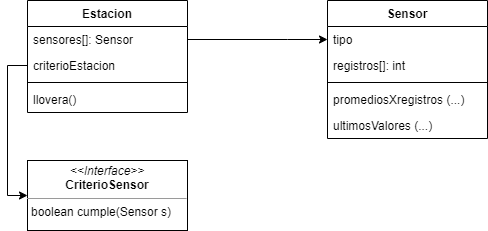
Above: Practico 8/src/ejercicio13/Diagrama ej13p8.png in fdcrespi/programacion2 (draw.io), before the change. Source tidied: cells renumbered, new cells last; positions are measured from the earlier drawing's top-left corner, leaving out a move shared by most shapes.
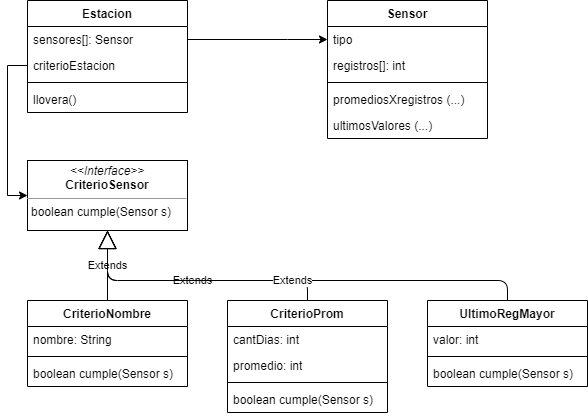
The same diagram one commit later.

What changed in the source:
```diff
@@ -49,5 +49,63 @@
     <mxCell id="15" style="edgeStyle=orthogonalEdgeStyle;rounded=0;jettySize=auto;html=1;entryX=0;entryY=0.5;entryDx=0;entryDy=0;" parent="1" edge="1" source="4" target="14">
       <mxGeometry relative="1" as="geometry" />
     </mxCell>
+    <mxCell id="16" value="CriterioNombre" style="swimlane;fontStyle=1;align=center;verticalAlign=top;horizontal=1;startSize=26;" parent="1" vertex="1">
+      <mxGeometry y="300" width="160" height="86" as="geometry" />
+    </mxCell>
+    <mxCell id="17" value="nombre: String" style="text;strokeColor=none;fillColor=none;align=left;verticalAlign=top;spacingLeft=4;spacingRight=4;overflow=hidden;" parent="16" vertex="1">
+      <mxGeometry y="26" width="160" height="26" as="geometry" />
+    </mxCell>
+    <mxCell id="18" style="line;strokeWidth=1;fillColor=none;align=left;verticalAlign=middle;spacingTop=-1;spacingLeft=3;spacingRight=3;labelPosition=right;" parent="16" vertex="1">
+      <mxGeometry y="52" width="160" height="8" as="geometry" />
+    </mxCell>
+    <mxCell id="19" value="boolean cumple(Sensor s)" style="text;strokeColor=none;fillColor=none;align=left;verticalAlign=top;spacingLeft=4;spacingRight=4;overflow=hidden;" parent="16" vertex="1">
+      <mxGeometry y="60" width="160" height="26" as="geometry" />
+    </mxCell>
+    <mxCell id="20" value="CriterioProm" style="swimlane;fontStyle=1;align=center;verticalAlign=top;horizontal=1;startSize=26;" parent="1" vertex="1">
+      <mxGeometry x="200" y="300" width="160" height="112" as="geometry" />
+    </mxCell>
+    <mxCell id="21" value="cantDias: int" style="text;strokeColor=none;fillColor=none;align=left;verticalAlign=top;spacingLeft=4;spacingRight=4;overflow=hidden;" parent="20" vertex="1">
+      <mxGeometry y="26" width="160" height="26" as="geometry" />
+    </mxCell>
+    <mxCell id="22" value="promedio: int" style="text;strokeColor=none;fillColor=none;align=left;verticalAlign=top;spacingLeft=4;spacingRight=4;overflow=hidden;" parent="20" vertex="1">
+      <mxGeometry y="52" width="160" height="26" as="geometry" />
+    </mxCell>
+    <mxCell id="23" style="line;strokeWidth=1;fillColor=none;align=left;verticalAlign=middle;spacingTop=-1;spacingLeft=3;spacingRight=3;labelPosition=right;" parent="20" vertex="1">
+      <mxGeometry y="78" width="160" height="8" as="geometry" />
+    </mxCell>
+    <mxCell id="24" value="boolean cumple(Sensor s)" style="text;strokeColor=none;fillColor=none;align=left;verticalAlign=top;spacingLeft=4;spacingRight=4;overflow=hidden;" parent="20" vertex="1">
+      <mxGeometry y="86" width="160" height="26" as="geometry" />
+    </mxCell>
+    <mxCell id="25" value="Extends" style="endArrow=block;endSize=16;endFill=0;html=1;" parent="1" edge="1" source="16" target="14">
+      <mxGeometry relative="1" as="geometry" />
+    </mxCell>
+    <mxCell id="26" value="Extends" style="endArrow=block;endSize=16;endFill=0;html=1;" parent="1" edge="1" source="20" target="14">
+      <mxGeometry relative="1" as="geometry">
+        <Array as="points">
+          <mxPoint x="280" y="280" />
+          <mxPoint x="80" y="280" />
+        </Array>
+      </mxGeometry>
+    </mxCell>
+    <mxCell id="27" value="UltimoRegMayor" style="swimlane;fontStyle=1;align=center;verticalAlign=top;horizontal=1;startSize=26;" parent="1" vertex="1">
+      <mxGeometry x="400" y="300" width="160" height="86" as="geometry" />
+    </mxCell>
+    <mxCell id="28" value="valor: int" style="text;strokeColor=none;fillColor=none;align=left;verticalAlign=top;spacingLeft=4;spacingRight=4;overflow=hidden;" parent="27" vertex="1">
+      <mxGeometry y="26" width="160" height="26" as="geometry" />
+    </mxCell>
+    <mxCell id="29" style="line;strokeWidth=1;fillColor=none;align=left;verticalAlign=middle;spacingTop=-1;spacingLeft=3;spacingRight=3;labelPosition=right;" parent="27" vertex="1">
+      <mxGeometry y="52" width="160" height="8" as="geometry" />
+    </mxCell>
+    <mxCell id="30" value="boolean cumple(Sensor s)" style="text;strokeColor=none;fillColor=none;align=left;verticalAlign=top;spacingLeft=4;spacingRight=4;overflow=hidden;" parent="27" vertex="1">
+      <mxGeometry y="60" width="160" height="26" as="geometry" />
+    </mxCell>
+    <mxCell id="31" value="Extends" style="endArrow=block;endSize=16;endFill=0;html=1;" parent="1" edge="1" source="27" target="14">
+      <mxGeometry relative="1" as="geometry">
+        <Array as="points">
+          <mxPoint x="480" y="280" />
+          <mxPoint x="80" y="280" />
+        </Array>
+      </mxGeometry>
+    </mxCell>
   </root>
 </mxGraphModel>
```
